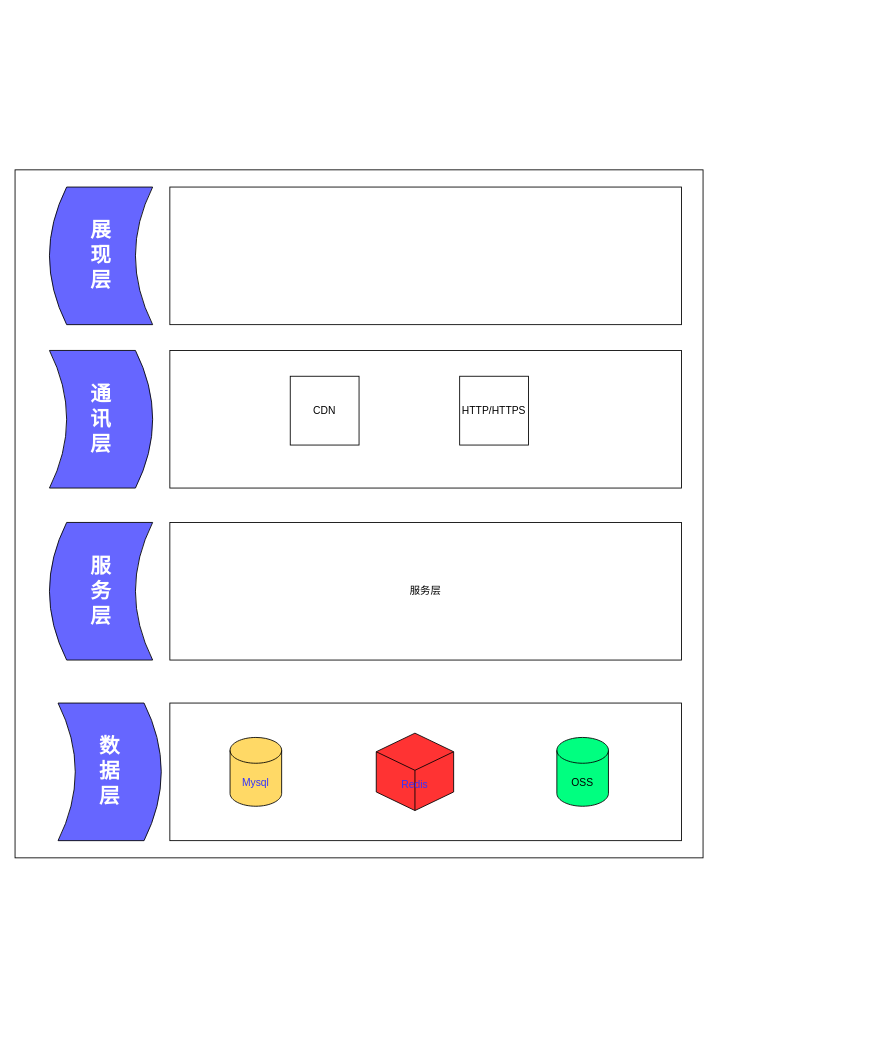
Before: 未命名绘图.drawio in hxs9712/diagram, a draw.io diagram. Source tidied: cells renumbered, new cells numbered last; positions are measured from the earlier drawing's top-left corner, leaving out a move shared by most shapes. Both pictures are drawn from the tidied source at 86%, with x=0, y=0 at pixel (15, 169).
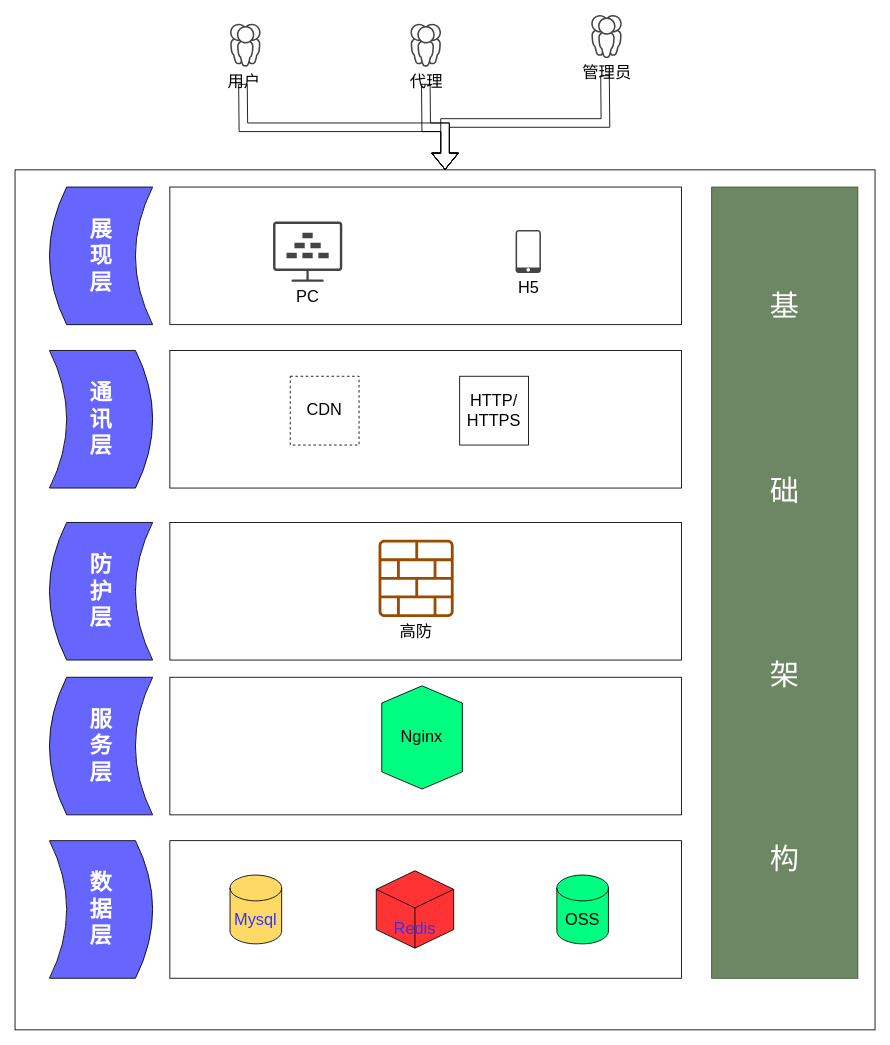
The same page after the edit.

What changed in the source:
```diff
@@
-    <mxCell id="2" style="whiteSpace=wrap;html=1;" parent="1" vertex="1">
-      <mxGeometry width="800" height="800" as="geometry" />
+    <mxCell id="2" style="whiteSpace=wrap;html=1;fontSize=19;" parent="1" vertex="1">
+      <mxGeometry width="1000" height="1000" as="geometry" />
     </mxCell>
-    <mxCell id="3" style="rounded=0;whiteSpace=wrap;html=1;" parent="1" vertex="1">
+    <mxCell id="3" style="rounded=0;whiteSpace=wrap;html=1;fontSize=19;" parent="1" vertex="1">
       <mxGeometry x="180" y="20" width="595" height="160" as="geometry" />
     </mxCell>
-    <mxCell id="4" style="rounded=0;whiteSpace=wrap;html=1;" parent="1" vertex="1">
-      <mxGeometry x="180" y="620" width="595" height="160" as="geometry" />
+    <mxCell id="4" style="rounded=0;whiteSpace=wrap;html=1;fontSize=19;" parent="1" vertex="1">
+      <mxGeometry x="180" y="780" width="595" height="160" as="geometry" />
     </mxCell>
-    <mxCell id="5" value="服务层" style="rounded=0;whiteSpace=wrap;html=1;" parent="1" vertex="1">
+    <mxCell id="5" style="rounded=0;whiteSpace=wrap;html=1;fontSize=19;" parent="1" vertex="1">
       <mxGeometry x="180" y="410" width="595" height="160" as="geometry" />
     </mxCell>
-    <mxCell id="6" style="rounded=0;whiteSpace=wrap;html=1;" parent="1" vertex="1">
+    <mxCell id="6" style="rounded=0;whiteSpace=wrap;html=1;fontSize=19;" parent="1" vertex="1">
       <mxGeometry x="180" y="210" width="595" height="160" as="geometry" />
     </mxCell>
-    <mxCell id="7" value="&lt;font size=&quot;1&quot; color=&quot;#ffffff&quot;&gt;&lt;b style=&quot;font-size: 24px;&quot;&gt;展&lt;br&gt;现&lt;br&gt;层&lt;/b&gt;&lt;/font&gt;" style="shape=dataStorage;whiteSpace=wrap;html=1;fixedSize=1;fillStyle=solid;fillColor=#6666FF;" parent="1" vertex="1">
+    <mxCell id="7" value="&lt;font color=&quot;#ffffff&quot; style=&quot;font-size: 26px;&quot;&gt;&lt;b style=&quot;font-size: 26px;&quot;&gt;展&lt;br style=&quot;font-size: 26px;&quot;&gt;现&lt;br style=&quot;font-size: 26px;&quot;&gt;层&lt;/b&gt;&lt;/font&gt;" style="shape=dataStorage;whiteSpace=wrap;html=1;fixedSize=1;fillStyle=solid;fillColor=#6666FF;fontSize=26;" parent="1" vertex="1">
       <mxGeometry x="40" y="20" width="120" height="160" as="geometry" />
     </mxCell>
-    <mxCell id="8" value="&lt;font color=&quot;#ffffff&quot;&gt;&lt;span style=&quot;font-size: 24px;&quot;&gt;&lt;b&gt;通&lt;br&gt;讯&lt;br&gt;层&lt;/b&gt;&lt;/span&gt;&lt;/font&gt;" style="shape=dataStorage;whiteSpace=wrap;html=1;fixedSize=1;fillStyle=solid;fillColor=#6666FF;direction=west;" parent="1" vertex="1">
+    <mxCell id="8" value="&lt;font color=&quot;#ffffff&quot; style=&quot;font-size: 26px;&quot;&gt;&lt;span style=&quot;font-size: 26px;&quot;&gt;&lt;b style=&quot;font-size: 26px;&quot;&gt;通&lt;br style=&quot;font-size: 26px;&quot;&gt;讯&lt;br style=&quot;font-size: 26px;&quot;&gt;层&lt;/b&gt;&lt;/span&gt;&lt;/font&gt;" style="shape=dataStorage;whiteSpace=wrap;html=1;fixedSize=1;fillStyle=solid;fillColor=#6666FF;direction=west;fontSize=26;" parent="1" vertex="1">
       <mxGeometry x="40" y="210" width="120" height="160" as="geometry" />
     </mxCell>
-    <mxCell id="9" value="&lt;font color=&quot;#ffffff&quot;&gt;&lt;span style=&quot;font-size: 24px;&quot;&gt;&lt;b&gt;服&lt;br&gt;务&lt;br&gt;层&lt;/b&gt;&lt;/span&gt;&lt;/font&gt;" style="shape=dataStorage;whiteSpace=wrap;html=1;fixedSize=1;fillStyle=solid;fillColor=#6666FF;" parent="1" vertex="1">
+    <mxCell id="9" value="&lt;font color=&quot;#ffffff&quot; style=&quot;font-size: 26px;&quot;&gt;&lt;span style=&quot;font-size: 26px;&quot;&gt;&lt;b style=&quot;font-size: 26px;&quot;&gt;防&lt;br style=&quot;font-size: 26px;&quot;&gt;护&lt;br style=&quot;font-size: 26px;&quot;&gt;层&lt;/b&gt;&lt;/span&gt;&lt;/font&gt;" style="shape=dataStorage;whiteSpace=wrap;html=1;fixedSize=1;fillStyle=solid;fillColor=#6666FF;fontSize=26;" parent="1" vertex="1">
       <mxGeometry x="40" y="410" width="120" height="160" as="geometry" />
     </mxCell>
-    <mxCell id="10" value="&lt;font color=&quot;#ffffff&quot;&gt;&lt;span style=&quot;font-size: 24px;&quot;&gt;&lt;b&gt;数&lt;br&gt;据&lt;br&gt;层&lt;/b&gt;&lt;/span&gt;&lt;/font&gt;" style="shape=dataStorage;whiteSpace=wrap;html=1;fixedSize=1;fillStyle=solid;fillColor=#6666FF;direction=west;" parent="1" vertex="1">
-      <mxGeometry x="50" y="620" width="120" height="160" as="geometry" />
+    <mxCell id="10" value="&lt;font color=&quot;#ffffff&quot; style=&quot;font-size: 26px;&quot;&gt;&lt;span style=&quot;font-size: 26px;&quot;&gt;&lt;b style=&quot;font-size: 26px;&quot;&gt;数&lt;br style=&quot;font-size: 26px;&quot;&gt;据&lt;br style=&quot;font-size: 26px;&quot;&gt;层&lt;/b&gt;&lt;/span&gt;&lt;/font&gt;" style="shape=dataStorage;whiteSpace=wrap;html=1;fixedSize=1;fillStyle=solid;fillColor=#6666FF;direction=west;fontSize=26;" parent="1" vertex="1">
+      <mxGeometry x="40" y="780" width="120" height="160" as="geometry" />
     </mxCell>
-    <mxCell id="11" value="&lt;font color=&quot;#3333ff&quot;&gt;Mysql&lt;/font&gt;" style="shape=cylinder3;whiteSpace=wrap;html=1;boundedLbl=1;backgroundOutline=1;size=15;fillColor=#FFD966;" parent="1" vertex="1">
-      <mxGeometry x="250" y="660" width="60" height="80" as="geometry" />
+    <mxCell id="11" value="&lt;font color=&quot;#3333ff&quot; style=&quot;font-size: 19px;&quot;&gt;Mysql&lt;/font&gt;" style="shape=cylinder3;whiteSpace=wrap;html=1;boundedLbl=1;backgroundOutline=1;size=15;fillColor=#FFD966;fontSize=19;" parent="1" vertex="1">
+      <mxGeometry x="250" y="820" width="60" height="80" as="geometry" />
     </mxCell>
-    <mxCell id="12" value="&lt;font color=&quot;#3333ff&quot;&gt;&lt;br&gt;&lt;br&gt;Redis&lt;/font&gt;" style="html=1;whiteSpace=wrap;shape=isoCube2;backgroundOutline=1;isoAngle=15;fillColor=#FF3333;" parent="1" vertex="1">
-      <mxGeometry x="420" y="655" width="90" height="90" as="geometry" />
+    <mxCell id="12" value="&lt;font color=&quot;#3333ff&quot; style=&quot;font-size: 19px;&quot;&gt;&lt;br style=&quot;font-size: 19px;&quot;&gt;&lt;br style=&quot;font-size: 19px;&quot;&gt;Redis&lt;/font&gt;" style="html=1;whiteSpace=wrap;shape=isoCube2;backgroundOutline=1;isoAngle=15;fillColor=#FF3333;fontSize=19;" parent="1" vertex="1">
+      <mxGeometry x="420" y="815" width="90" height="90" as="geometry" />
     </mxCell>
-    <mxCell id="13" value="OSS" style="shape=cylinder3;whiteSpace=wrap;html=1;boundedLbl=1;backgroundOutline=1;size=15;fillColor=#00FF80;" parent="1" vertex="1">
-      <mxGeometry x="630" y="660" width="60" height="80" as="geometry" />
+    <mxCell id="13" value="OSS" style="shape=cylinder3;whiteSpace=wrap;html=1;boundedLbl=1;backgroundOutline=1;size=15;fillColor=#00FF80;fontSize=19;" parent="1" vertex="1">
+      <mxGeometry x="630" y="820" width="60" height="80" as="geometry" />
     </mxCell>
-    <mxCell id="14" value="CDN" style="whiteSpace=wrap;html=1;" parent="1" vertex="1">
+    <mxCell id="14" value="CDN" style="whiteSpace=wrap;html=1;gradientColor=none;strokeColor=default;dashed=1;fontSize=19;" parent="1" vertex="1">
       <mxGeometry x="320" y="240" width="80" height="80" as="geometry" />
     </mxCell>
-    <mxCell id="15" value="HTTP/HTTPS" style="whiteSpace=wrap;html=1;" parent="1" vertex="1">
+    <mxCell id="15" value="HTTP/&lt;br&gt;HTTPS" style="whiteSpace=wrap;html=1;fontSize=19;" parent="1" vertex="1">
       <mxGeometry x="517" y="240" width="80" height="80" as="geometry" />
     </mxCell>
+    <mxCell id="16" style="edgeStyle=orthogonalEdgeStyle;shape=flexArrow;rounded=0;jettySize=auto;html=1;entryX=0.5;entryY=0;entryDx=0;entryDy=0;fontSize=19;" parent="1" edge="1" target="2">
+      <mxGeometry relative="1" as="geometry">
+        <mxPoint x="477.6" y="-100" as="sourcePoint" />
+      </mxGeometry>
+    </mxCell>
+    <mxCell id="17" style="edgeStyle=orthogonalEdgeStyle;shape=flexArrow;rounded=0;jettySize=auto;html=1;fontSize=19;" parent="1" edge="1" target="2">
+      <mxGeometry relative="1" as="geometry">
+        <mxPoint x="265" y="-100" as="sourcePoint" />
+      </mxGeometry>
+    </mxCell>
+    <mxCell id="18" style="edgeStyle=orthogonalEdgeStyle;shape=flexArrow;rounded=0;jettySize=auto;html=1;entryX=0.5;entryY=0;entryDx=0;entryDy=0;fontSize=19;" parent="1" edge="1" target="2">
+      <mxGeometry relative="1" as="geometry">
+        <mxPoint x="686" y="-110" as="sourcePoint" />
+      </mxGeometry>
+    </mxCell>
+    <mxCell id="19" value="PC" style="sketch=0;shadow=0;dashed=0;html=1;strokeColor=none;fillColor=#434445;labelPosition=center;verticalLabelPosition=bottom;verticalAlign=top;align=center;shape=mxgraph.vvd.horizon;fontSize=19;" parent="1" vertex="1">
+      <mxGeometry x="300" y="60" width="80.5" height="70" as="geometry" />
+    </mxCell>
+    <mxCell id="20" value="H5" style="sketch=0;shadow=0;dashed=0;html=1;strokeColor=none;fillColor=#434445;labelPosition=center;verticalLabelPosition=bottom;verticalAlign=top;align=center;shape=mxgraph.vvd.phone;fontSize=19;" parent="1" vertex="1">
+      <mxGeometry x="582" y="70" width="29.5" height="50" as="geometry" />
+    </mxCell>
+    <mxCell id="21" value="高防" style="sketch=0;shadow=0;dashed=0;html=1;strokeColor=none;fillColor=#994C00;labelPosition=center;verticalLabelPosition=bottom;verticalAlign=top;align=center;shape=mxgraph.vvd.logical_firewall;fontSize=19;" parent="1" vertex="1">
+      <mxGeometry x="422.7" y="430" width="87.3" height="90" as="geometry" />
+    </mxCell>
+    <mxCell id="22" style="rounded=0;whiteSpace=wrap;html=1;fontSize=19;" parent="1" vertex="1">
+      <mxGeometry x="180" y="590" width="595" height="160" as="geometry" />
+    </mxCell>
+    <mxCell id="23" value="&lt;font color=&quot;#ffffff&quot; style=&quot;font-size: 26px;&quot;&gt;&lt;span style=&quot;font-size: 26px;&quot;&gt;&lt;b style=&quot;font-size: 26px;&quot;&gt;服&lt;br style=&quot;font-size: 26px;&quot;&gt;务&lt;br style=&quot;font-size: 26px;&quot;&gt;层&lt;/b&gt;&lt;/span&gt;&lt;/font&gt;" style="shape=dataStorage;whiteSpace=wrap;html=1;fixedSize=1;fillStyle=solid;fillColor=#6666FF;fontSize=26;" parent="1" vertex="1">
+      <mxGeometry x="40" y="590" width="120" height="160" as="geometry" />
+    </mxCell>
+    <mxCell id="24" value="用户&lt;span style=&quot;white-space: pre; font-size: 19px;&quot;&gt;&#9;&lt;/span&gt;" style="sketch=0;shadow=0;dashed=0;html=1;strokeColor=none;fillColor=#434445;labelPosition=center;verticalLabelPosition=bottom;verticalAlign=top;align=center;shape=mxgraph.vvd.user_group;fontSize=19;" parent="1" vertex="1">
+      <mxGeometry x="250" y="-170" width="35.5" height="50" as="geometry" />
+    </mxCell>
+    <mxCell id="25" value="管理员" style="sketch=0;shadow=0;dashed=0;html=1;strokeColor=none;fillColor=#434445;labelPosition=center;verticalLabelPosition=bottom;verticalAlign=top;align=center;shape=mxgraph.vvd.user_group;fontSize=19;" parent="1" vertex="1">
+      <mxGeometry x="670" y="-180" width="35.5" height="50" as="geometry" />
+    </mxCell>
+    <mxCell id="26" value="代理" style="sketch=0;shadow=0;dashed=0;html=1;strokeColor=none;fillColor=#434445;labelPosition=center;verticalLabelPosition=bottom;verticalAlign=top;align=center;shape=mxgraph.vvd.user_group;fontSize=19;" parent="1" vertex="1">
+      <mxGeometry x="459.8" y="-170" width="35.5" height="50" as="geometry" />
+    </mxCell>
+    <mxCell id="27" value="Nginx" style="shape=hexagon;perimeter=hexagonPerimeter2;whiteSpace=wrap;html=1;fixedSize=1;direction=south;fillColor=#00FF80;fontSize=19;" parent="1" vertex="1">
+      <mxGeometry x="426.4" y="600" width="93.7" height="120" as="geometry" />
+    </mxCell>
+    <mxCell id="28" value="&lt;p style=&quot;line-height: 630%; font-size: 34px;&quot;&gt;&lt;font style=&quot;font-size: 34px;&quot;&gt;基&lt;br style=&quot;font-size: 34px;&quot;&gt;础&lt;br style=&quot;font-size: 34px;&quot;&gt;架&lt;br style=&quot;font-size: 34px;&quot;&gt;构&lt;/font&gt;&lt;/p&gt;" style="rounded=0;whiteSpace=wrap;html=1;fillColor=#6d8764;strokeColor=#3A5431;fontColor=#ffffff;fontSize=34;" parent="1" vertex="1">
+      <mxGeometry x="810" y="20" width="170" height="920" as="geometry" />
+    </mxCell>
```
